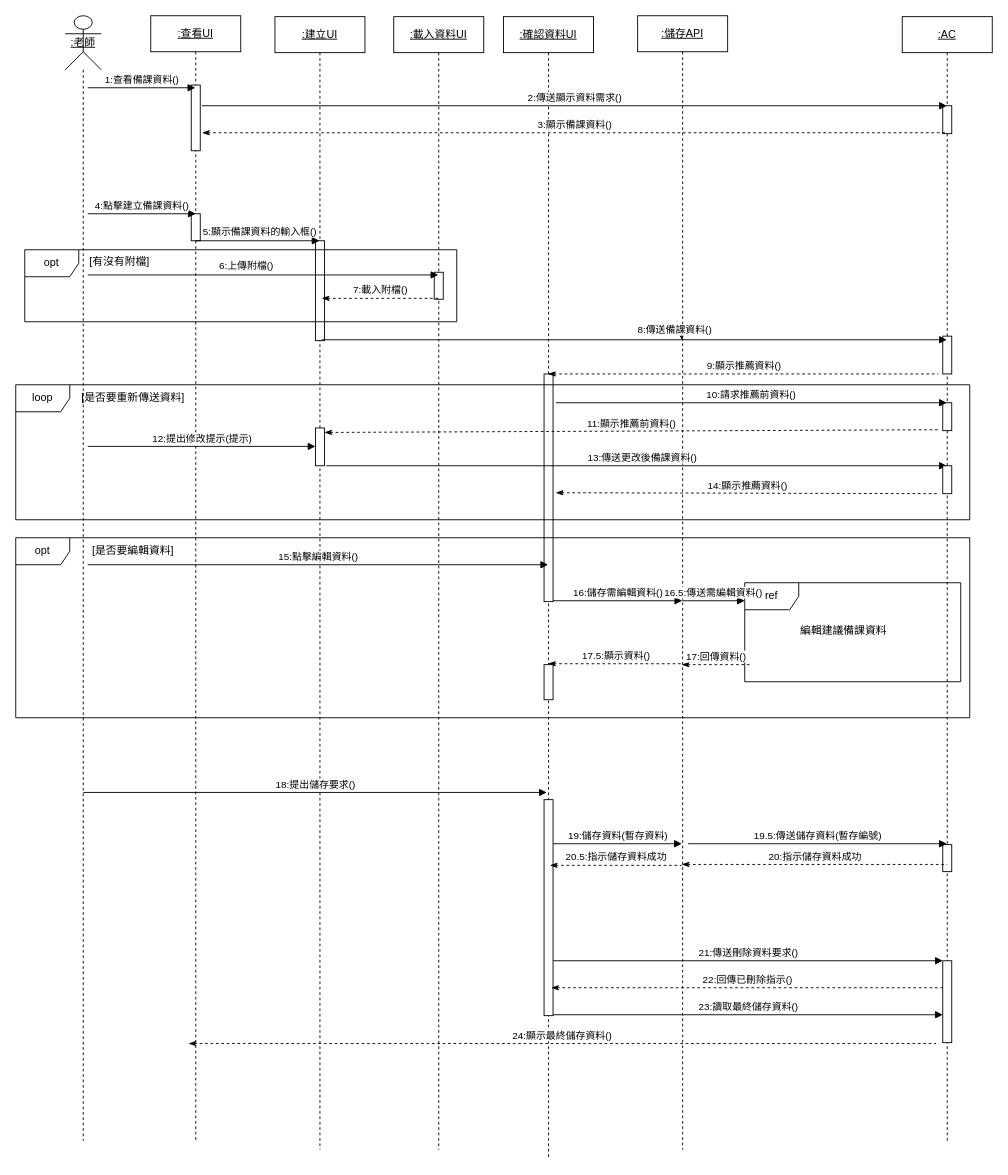
Above: 循序圖(建立備課資料-UI)-new.drawio in Kevincheng0804/System-analysis (draw.io), before the change. Source tidied: cells renumbered, new cells numbered last; positions are measured from the earlier drawing's top-left corner, leaving out a move shared by most shapes. Both pictures are drawn from the tidied source at 90%, with x=0, y=0 at pixel (15, 15).
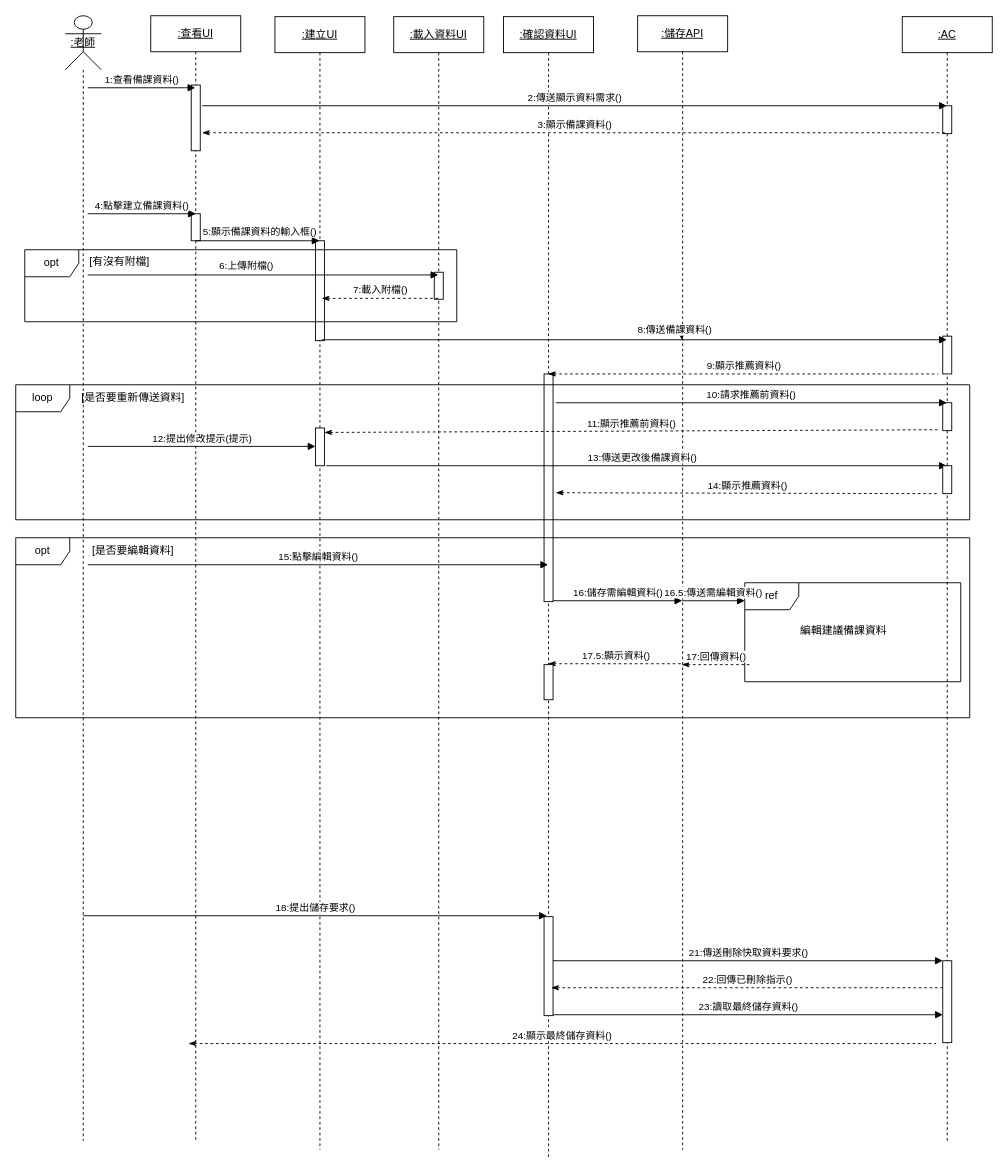
Above is the later version.

Commit message:
更新循序圖(建立備課資料-UI)-new.drawio

Unchanged cells that the change refers to:
```xml
<mxCell id="8" value="&lt;u&gt;:確認資料UI&lt;/u&gt;" style="shape=umlLifeline;perimeter=lifelinePerimeter;whiteSpace=wrap;html=1;outlineConnect=0;portConstraint=eastwest;newEdgeStyle={&quot;curved&quot;:0,&quot;rounded&quot;:0};" parent="1" vertex="1">
  <mxGeometry x="542" y="1" width="100" height="1269" as="geometry" />
</mxCell>
<mxCell id="12" value="&lt;u&gt;:AC&lt;/u&gt;" style="shape=umlLifeline;perimeter=lifelinePerimeter;whiteSpace=wrap;html=1;outlineConnect=0;portConstraint=eastwest;newEdgeStyle={&quot;curved&quot;:0,&quot;rounded&quot;:0};" parent="1" vertex="1">
  <mxGeometry x="985" y="1" width="100" height="1249" as="geometry" />
</mxCell>
```

Diff of the diagram source:
```diff
@@
     <mxCell id="10" style="html=1;perimeter=orthogonalPerimeter;targetShapes=umlLifeline;newEdgeStyle={&quot;curved&quot;:0,&quot;rounded&quot;:0};" parent="8" vertex="1">
-      <mxGeometry x="45" y="870" width="10" height="240" as="geometry" />
+      <mxGeometry x="45" y="1000" width="10" height="110" as="geometry" />
     </mxCell>
@@
-    <mxCell id="16" style="html=1;perimeter=orthogonalPerimeter;targetShapes=umlLifeline;newEdgeStyle={&quot;curved&quot;:0,&quot;rounded&quot;:0};" parent="12" vertex="1">
-      <mxGeometry x="45" y="920" width="10" height="30" as="geometry" />
-    </mxCell>
@@
     <mxCell id="50" value="18:提出儲存要求()" style="html=1;verticalAlign=bottom;endArrow=block;curved=0;rounded=0;" parent="1" edge="1">
       <mxGeometry relative="1" as="geometry">
-        <mxPoint x="75" y="863" as="sourcePoint" />
-        <mxPoint x="590" y="863" as="targetPoint" />
+        <mxPoint x="75" y="1000" as="sourcePoint" />
+        <mxPoint x="590" y="1000" as="targetPoint" />
       </mxGeometry>
     </mxCell>
-    <mxCell id="51" value="19:儲存資料(暫存資料)" style="html=1;verticalAlign=bottom;endArrow=block;curved=0;rounded=0;" parent="1" edge="1">
-      <mxGeometry relative="1" as="geometry">
-        <mxPoint x="597" y="920" as="sourcePoint" />
-        <mxPoint x="740" y="920" as="targetPoint" />
-      </mxGeometry>
-    </mxCell>
-    <mxCell id="52" value="20:指示儲存資料成功" style="html=1;verticalAlign=bottom;endArrow=none;curved=0;rounded=0;startArrow=classicThin;startFill=1;endFill=0;dashed=1;" parent="1" edge="1">
-      <mxGeometry relative="1" as="geometry">
-        <mxPoint x="740" y="943" as="sourcePoint" />
-        <mxPoint x="1035" y="943" as="targetPoint" />
-      </mxGeometry>
-    </mxCell>
@@
-    <mxCell id="56" value="21:傳送刪除資料要求()" style="html=1;verticalAlign=bottom;endArrow=block;curved=0;rounded=0;" parent="1" edge="1">
+    <mxCell id="56" value="21:傳送刪除快取資料要求()" style="html=1;verticalAlign=bottom;endArrow=block;curved=0;rounded=0;" parent="1" edge="1">
       <mxGeometry relative="1" as="geometry">
         <mxPoint x="597" y="1050" as="sourcePoint" />
         <mxPoint x="1030" y="1050" as="targetPoint" />
       </mxGeometry>
     </mxCell>
@@
-    <mxCell id="58" value="19.5:傳送儲存資料(暫存編號)" style="html=1;verticalAlign=bottom;endArrow=block;curved=0;rounded=0;" parent="1" edge="1" target="12">
-      <mxGeometry relative="1" as="geometry">
-        <mxPoint x="747" y="920" as="sourcePoint" />
-      </mxGeometry>
-    </mxCell>
-    <mxCell id="59" value="20.5:指示儲存資料成功" style="html=1;verticalAlign=bottom;endArrow=none;curved=0;rounded=0;startArrow=classicThin;startFill=1;endFill=0;dashed=1;" parent="1" edge="1">
-      <mxGeometry relative="1" as="geometry">
-        <mxPoint x="593.5" y="944" as="sourcePoint" />
-        <mxPoint x="740" y="944" as="targetPoint" />
-      </mxGeometry>
-    </mxCell>
```
